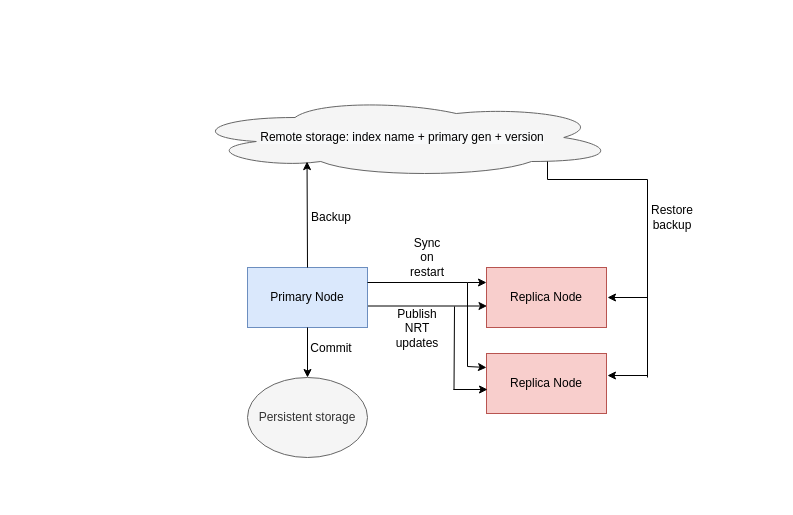
This is src/images/nrt.drawio from Yelp/nrtsearch, a draw.io file, before an edit. Source tidied: cells renumbered, new cells numbered last; positions are measured from the earlier drawing's top-left corner, leaving out a move shared by most shapes. Both pictures are drawn from the tidied source at 100%, with x=0, y=0 at pixel (187, 97).
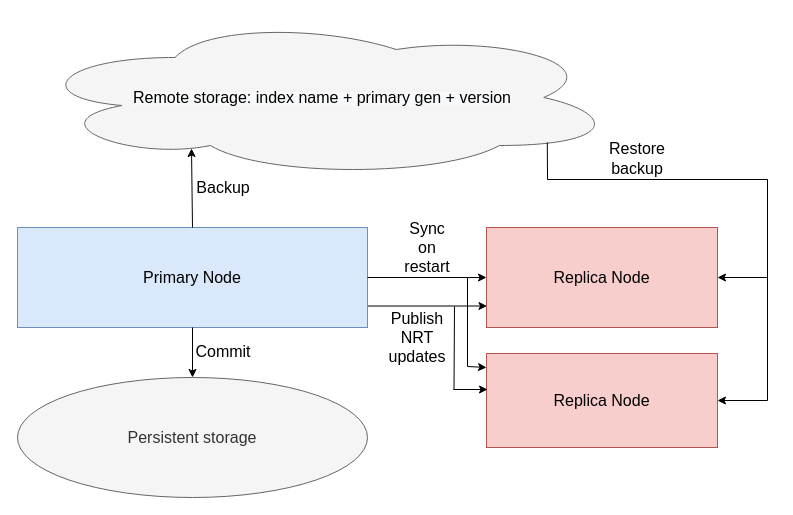
The same page after the edit.

Commit message (it also covers changes not shown here):
Made the nrt image bigger

The edit, as a diff of the source:
```diff
@@
-    <mxCell id="2" value="&lt;span style=&quot;color: rgb(0, 0, 0); font-family: helvetica; font-size: 12px; font-style: normal; font-weight: 400; letter-spacing: normal; text-align: center; text-indent: 0px; text-transform: none; word-spacing: 0px; background-color: rgb(248, 249, 250); display: inline; float: none;&quot;&gt;Remote storage: index name + primary gen + version&lt;/span&gt;" style="ellipse;shape=cloud;whiteSpace=wrap;html=1;fillColor=#f5f5f5;strokeColor=#666666;fontColor=#333333;" parent="1" vertex="1">
-      <mxGeometry width="430" height="80" as="geometry" />
+    <mxCell id="2" value="&lt;span style=&quot;color: rgb(0 , 0 , 0) ; font-family: &amp;#34;helvetica&amp;#34; ; font-style: normal ; font-weight: 400 ; letter-spacing: normal ; text-align: center ; text-indent: 0px ; text-transform: none ; word-spacing: 0px ; background-color: rgb(248 , 249 , 250) ; display: inline ; float: none&quot;&gt;&lt;font style=&quot;font-size: 16px&quot;&gt;Remote storage: index name + primary gen + version&lt;/font&gt;&lt;/span&gt;" style="ellipse;shape=cloud;whiteSpace=wrap;html=1;fillColor=#f5f5f5;strokeColor=#666666;fontColor=#333333;" parent="1" vertex="1">
+      <mxGeometry x="-160" y="-80" width="590" height="160" as="geometry" />
     </mxCell>
-    <mxCell id="3" value="Primary Node" style="rounded=0;whiteSpace=wrap;html=1;fillColor=#dae8fc;strokeColor=#6c8ebf;" parent="1" vertex="1">
-      <mxGeometry x="60" y="170" width="120" height="60" as="geometry" />
+    <mxCell id="3" value="&lt;font style=&quot;font-size: 16px&quot;&gt;Primary Node&lt;/font&gt;" style="rounded=0;whiteSpace=wrap;html=1;fillColor=#dae8fc;strokeColor=#6c8ebf;" parent="1" vertex="1">
+      <mxGeometry x="-170" y="130" width="350" height="100" as="geometry" />
     </mxCell>
-    <mxCell id="4" value="Persistent storage" style="ellipse;whiteSpace=wrap;html=1;fillColor=#f5f5f5;strokeColor=#666666;fontColor=#333333;" parent="1" vertex="1">
-      <mxGeometry x="60" y="280" width="120" height="80" as="geometry" />
+    <mxCell id="4" value="&lt;font style=&quot;font-size: 16px&quot;&gt;Persistent storage&lt;/font&gt;" style="ellipse;whiteSpace=wrap;html=1;fillColor=#f5f5f5;strokeColor=#666666;fontColor=#333333;" parent="1" vertex="1">
+      <mxGeometry x="-170" y="280" width="350" height="120" as="geometry" />
     </mxCell>
@@
-    <mxCell id="6" value="Commit" style="text;html=1;strokeColor=none;fillColor=none;align=center;verticalAlign=middle;whiteSpace=wrap;rounded=0;" parent="1" vertex="1">
-      <mxGeometry x="124" y="241" width="40" height="20" as="geometry" />
+    <mxCell id="6" value="&lt;font style=&quot;font-size: 16px&quot;&gt;Commit&lt;/font&gt;" style="text;html=1;strokeColor=none;fillColor=none;align=center;verticalAlign=middle;whiteSpace=wrap;rounded=0;" parent="1" vertex="1">
+      <mxGeometry x="16" y="244" width="40" height="20" as="geometry" />
     </mxCell>
-    <mxCell id="7" value="Replica Node" style="rounded=0;whiteSpace=wrap;html=1;fillColor=#f8cecc;strokeColor=#b85450;" parent="1" vertex="1">
-      <mxGeometry x="299" y="170" width="120" height="60" as="geometry" />
+    <mxCell id="7" value="&lt;font style=&quot;font-size: 16px&quot;&gt;Replica Node&lt;/font&gt;" style="rounded=0;whiteSpace=wrap;html=1;fillColor=#f8cecc;strokeColor=#b85450;" parent="1" vertex="1">
+      <mxGeometry x="299" y="130" width="231" height="100" as="geometry" />
     </mxCell>
-    <mxCell id="8" style="endArrow=classic;html=1;exitX=0.5;exitY=0;exitDx=0;exitDy=0;entryX=0.278;entryY=0.801;entryDx=0;entryDy=0;entryPerimeter=0;" parent="1" edge="1" source="3" target="2">
-      <mxGeometry relative="1" as="geometry" />
+    <mxCell id="8" style="endArrow=classic;html=1;exitX=0.5;exitY=0;exitDx=0;exitDy=0;" parent="1" edge="1" source="3">
+      <mxGeometry relative="1" as="geometry">
+        <mxPoint x="4" y="51" as="targetPoint" />
+      </mxGeometry>
     </mxCell>
-    <mxCell id="9" value="Backup" style="text;html=1;strokeColor=none;fillColor=none;align=center;verticalAlign=middle;whiteSpace=wrap;rounded=0;" parent="1" vertex="1">
-      <mxGeometry x="124" y="110" width="40" height="20" as="geometry" />
+    <mxCell id="9" value="&lt;font style=&quot;font-size: 16px&quot;&gt;Backup&lt;/font&gt;" style="text;html=1;strokeColor=none;fillColor=none;align=center;verticalAlign=middle;whiteSpace=wrap;rounded=0;" parent="1" vertex="1">
+      <mxGeometry x="16" y="80" width="40" height="20" as="geometry" />
     </mxCell>
-    <mxCell id="10" value="Restore backup" style="text;html=1;strokeColor=none;fillColor=none;align=center;verticalAlign=middle;whiteSpace=wrap;rounded=0;" parent="1" vertex="1">
-      <mxGeometry x="465" y="110" width="40" height="20" as="geometry" />
+    <mxCell id="10" value="&lt;font style=&quot;font-size: 16px&quot;&gt;Restore backup&lt;/font&gt;" style="text;html=1;strokeColor=none;fillColor=none;align=center;verticalAlign=middle;whiteSpace=wrap;rounded=0;" parent="1" vertex="1">
+      <mxGeometry x="430" y="51" width="40" height="20" as="geometry" />
     </mxCell>
-    <mxCell id="11" value="Sync on restart" style="text;html=1;strokeColor=none;fillColor=none;align=center;verticalAlign=middle;whiteSpace=wrap;rounded=0;" parent="1" vertex="1">
-      <mxGeometry x="220" y="150" width="40" height="20" as="geometry" />
+    <mxCell id="11" value="&lt;font style=&quot;font-size: 16px&quot;&gt;Sync on restart&lt;/font&gt;" style="text;html=1;strokeColor=none;fillColor=none;align=center;verticalAlign=middle;whiteSpace=wrap;rounded=0;" parent="1" vertex="1">
+      <mxGeometry x="220" y="140" width="40" height="20" as="geometry" />
     </mxCell>
-    <mxCell id="12" value="Publish NRT updates" style="text;html=1;strokeColor=none;fillColor=none;align=center;verticalAlign=middle;whiteSpace=wrap;rounded=0;" parent="1" vertex="1">
-      <mxGeometry x="210" y="221" width="40" height="20" as="geometry" />
+    <mxCell id="12" value="&lt;font style=&quot;font-size: 16px&quot;&gt;Publish NRT updates&lt;/font&gt;" style="text;html=1;strokeColor=none;fillColor=none;align=center;verticalAlign=middle;whiteSpace=wrap;rounded=0;" parent="1" vertex="1">
+      <mxGeometry x="210" y="230" width="40" height="20" as="geometry" />
     </mxCell>
-    <mxCell id="13" value="Replica Node" style="rounded=0;whiteSpace=wrap;html=1;fillColor=#f8cecc;strokeColor=#b85450;" parent="1" vertex="1">
-      <mxGeometry x="299" y="256" width="120" height="60" as="geometry" />
+    <mxCell id="13" value="&lt;font style=&quot;font-size: 16px&quot;&gt;Replica Node&lt;/font&gt;" style="rounded=0;whiteSpace=wrap;html=1;fillColor=#f8cecc;strokeColor=#b85450;" parent="1" vertex="1">
+      <mxGeometry x="299" y="256" width="231" height="94" as="geometry" />
     </mxCell>
     <mxCell id="14" style="endArrow=none;html=1;" parent="1" edge="1">
       <mxGeometry relative="1" as="geometry">
         <mxPoint x="360" y="82" as="sourcePoint" />
-        <mxPoint x="460" y="82" as="targetPoint" />
+        <mxPoint x="580" y="82" as="targetPoint" />
       </mxGeometry>
     </mxCell>
-    <mxCell id="15" style="endArrow=none;html=1;" parent="1" edge="1">
+    <mxCell id="15" style="endArrow=none;html=1;entryX=0.881;entryY=0.781;entryDx=0;entryDy=0;entryPerimeter=0;" parent="1" edge="1" target="2">
       <mxGeometry relative="1" as="geometry">
         <mxPoint x="360" y="82" as="sourcePoint" />
-        <mxPoint x="360" y="64" as="targetPoint" />
       </mxGeometry>
     </mxCell>
     <mxCell id="16" style="endArrow=none;html=1;" parent="1" edge="1">
       <mxGeometry relative="1" as="geometry">
-        <mxPoint x="460" y="82" as="sourcePoint" />
-        <mxPoint x="460" y="280" as="targetPoint" />
+        <mxPoint x="580" y="82" as="sourcePoint" />
+        <mxPoint x="580" y="303" as="targetPoint" />
       </mxGeometry>
     </mxCell>
-    <mxCell id="17" style="endArrow=classic;html=1;" parent="1" edge="1">
+    <mxCell id="17" style="endArrow=classic;html=1;entryX=1;entryY=0.5;entryDx=0;entryDy=0;" parent="1" edge="1" target="7">
       <mxGeometry relative="1" as="geometry">
-        <mxPoint x="460" y="200" as="sourcePoint" />
-        <mxPoint x="420" y="200" as="targetPoint" />
+        <mxPoint x="580" y="180" as="sourcePoint" />
       </mxGeometry>
     </mxCell>
-    <mxCell id="18" style="endArrow=classic;html=1;entryX=1.008;entryY=0.367;entryDx=0;entryDy=0;entryPerimeter=0;" parent="1" edge="1" target="13">
+    <mxCell id="18" style="endArrow=classic;html=1;" parent="1" edge="1">
       <mxGeometry relative="1" as="geometry">
-        <mxPoint x="460" y="278" as="sourcePoint" />
+        <mxPoint x="580" y="303" as="sourcePoint" />
+        <mxPoint x="530" y="303" as="targetPoint" />
       </mxGeometry>
     </mxCell>
-    <mxCell id="19" style="endArrow=none;html=1;exitX=1;exitY=0.25;exitDx=0;exitDy=0;" parent="1" edge="1" source="3">
+    <mxCell id="19" style="endArrow=none;html=1;exitX=1;exitY=0.5;exitDx=0;exitDy=0;" parent="1" edge="1" source="3">
       <mxGeometry relative="1" as="geometry">
-        <mxPoint x="280" y="185" as="targetPoint" />
+        <mxPoint x="280" y="180" as="targetPoint" />
       </mxGeometry>
     </mxCell>
     <mxCell id="20" style="endArrow=none;html=1;" parent="1" edge="1">
       <mxGeometry relative="1" as="geometry">
-        <mxPoint x="280" y="185" as="sourcePoint" />
+        <mxPoint x="280" y="180" as="sourcePoint" />
         <mxPoint x="280" y="269" as="targetPoint" />
       </mxGeometry>
     </mxCell>
-    <mxCell id="21" style="endArrow=classic;html=1;entryX=0;entryY=0.25;entryDx=0;entryDy=0;" parent="1" edge="1" target="7">
+    <mxCell id="21" style="endArrow=classic;html=1;entryX=0;entryY=0.5;entryDx=0;entryDy=0;" parent="1" edge="1" target="7">
       <mxGeometry relative="1" as="geometry">
-        <mxPoint x="280" y="185" as="sourcePoint" />
+        <mxPoint x="280" y="180" as="sourcePoint" />
       </mxGeometry>
     </mxCell>
```
